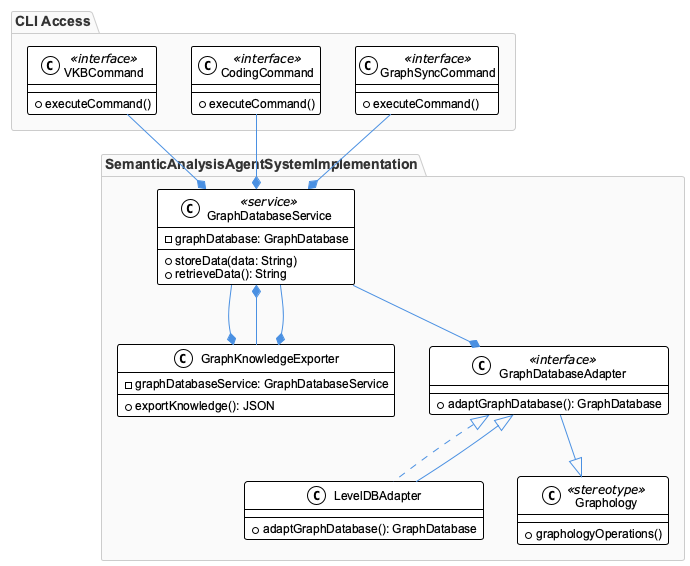
Above: knowledge-management/insights/images/semantic-analysis-agent-system-implementation-class.png in fwornle/coding (PlantUML), before the change.
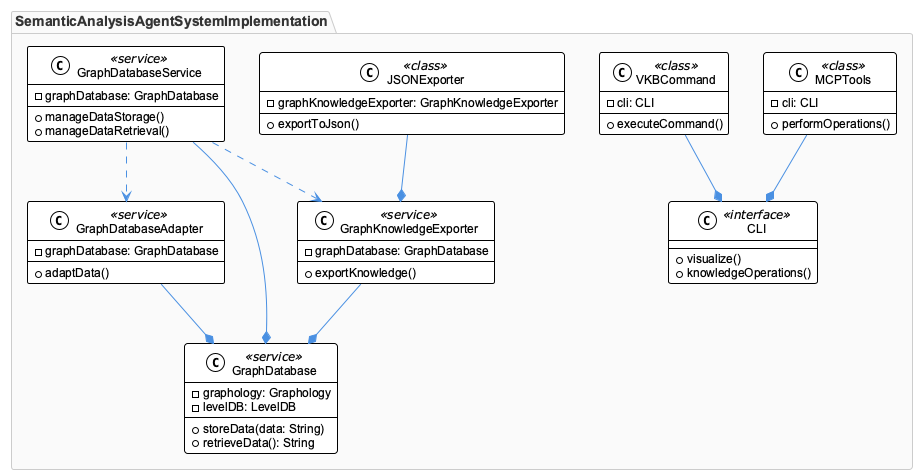
The same file after the commit.

What changed in the source:
```diff
@@ -2,53 +2,57 @@
 !include /Users/q284340/Agentic/coding/docs/puml/_standard-style.puml
 
 package "SemanticAnalysisAgentSystemImplementation" {
-  class GraphDatabaseService <<service>> {
-    - graphDatabase: GraphDatabase
+  class GraphDatabase <<service>> {
+    - graphology: Graphology
+    - levelDB: LevelDB
     + storeData(data: String)
     + retrieveData(): String
   }
 
-  class GraphKnowledgeExporter {
-    - graphDatabaseService: GraphDatabaseService
-    + exportKnowledge(): JSON
+  class GraphDatabaseService <<service>> {
+    - graphDatabase: GraphDatabase
+    + manageDataStorage()
+    + manageDataRetrieval()
   }
 
-  class GraphDatabaseAdapter <<interface>> {
-    + adaptGraphDatabase(): GraphDatabase
+  class GraphKnowledgeExporter <<service>> {
+    - graphDatabase: GraphDatabase
+    + exportKnowledge()
   }
 
-  class LevelDBAdapter implements GraphDatabaseAdapter {
-    + adaptGraphDatabase(): GraphDatabase
+  class GraphDatabaseAdapter <<service>> {
+    - graphDatabase: GraphDatabase
+    + adaptData()
   }
 
-  class Graphology <<stereotype>> {
-    + graphologyOperations()
+  class CLI <<interface>> {
+    + visualize()
+    + knowledgeOperations()
   }
 
-  GraphDatabaseService --* GraphDatabaseAdapter
-  GraphDatabaseService --* GraphKnowledgeExporter
-  GraphKnowledgeExporter --* GraphDatabaseService
-  GraphDatabaseAdapter --|> Graphology
-  LevelDBAdapter --|> GraphDatabaseAdapter
-}
-
-package "CLI Access" {
-  class VKBCommand <<interface>> {
+  class VKBCommand <<class>> {
+    - cli: CLI
     + executeCommand()
   }
 
-  class CodingCommand <<interface>> {
-    + executeCommand()
+  class MCPTools <<class>> {
+    - cli: CLI
+    + performOperations()
   }
 
-  class GraphSyncCommand <<interface>> {
-    + executeCommand()
+  class JSONExporter <<class>> {
+    - graphKnowledgeExporter: GraphKnowledgeExporter
+    + exportToJson()
   }
 
-  VKBCommand --* GraphDatabaseService
-  CodingCommand --* GraphDatabaseService
-  GraphSyncCommand --* GraphDatabaseService
-  GraphDatabaseService --* GraphKnowledgeExporter
+  GraphDatabaseService --* GraphDatabase
+  GraphKnowledgeExporter --* GraphDatabase
+  GraphDatabaseAdapter --* GraphDatabase
+  VKBCommand --* CLI
+  MCPTools --* CLI
+  JSONExporter --* GraphKnowledgeExporter
+  GraphDatabaseService ..> GraphKnowledgeExporter
+  GraphDatabaseService ..> GraphDatabaseAdapter
 }
 
 @enduml
```
